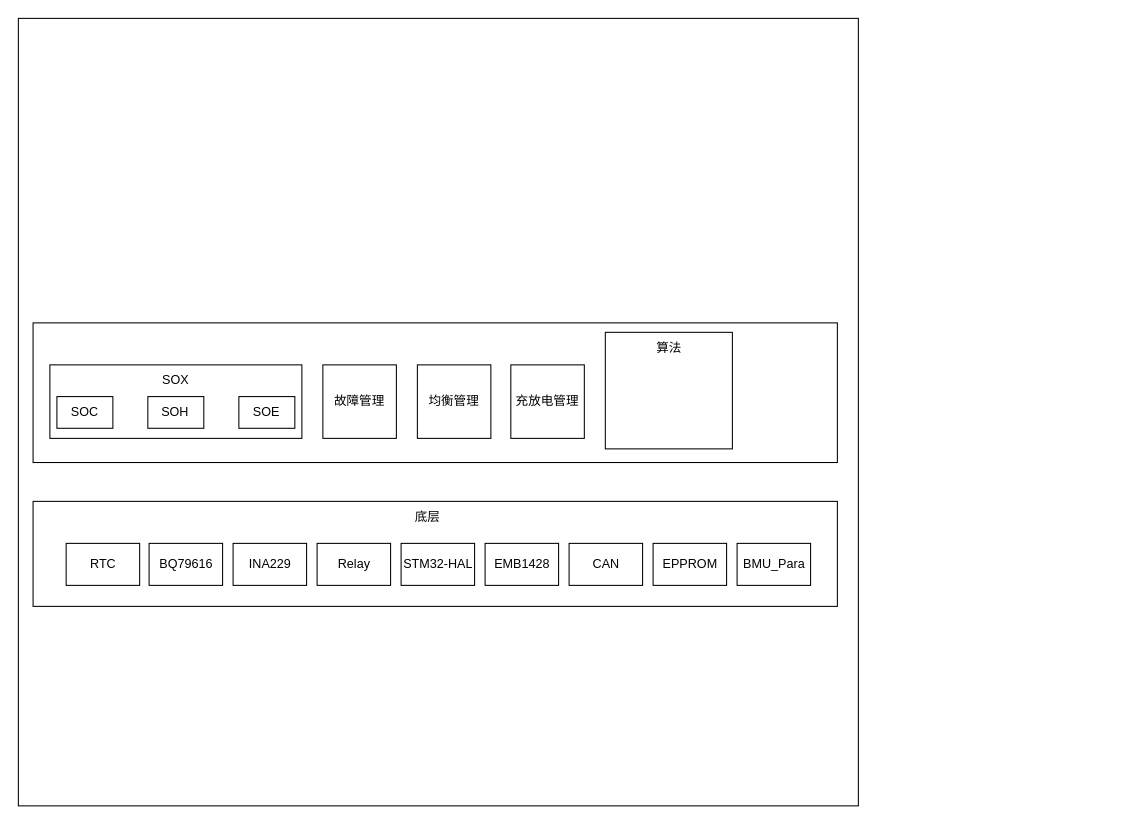
Earlier version of the draw.io diagram 第二版BMS软件架构.drawio (HatSir/QilinCtrl). Source tidied: cells renumbered, new cells numbered last; positions are measured from the earlier drawing's top-left corner, leaving out a move shared by most shapes. Both pictures are drawn from the tidied source at 105%, with x=0, y=0 at pixel (18, 18).
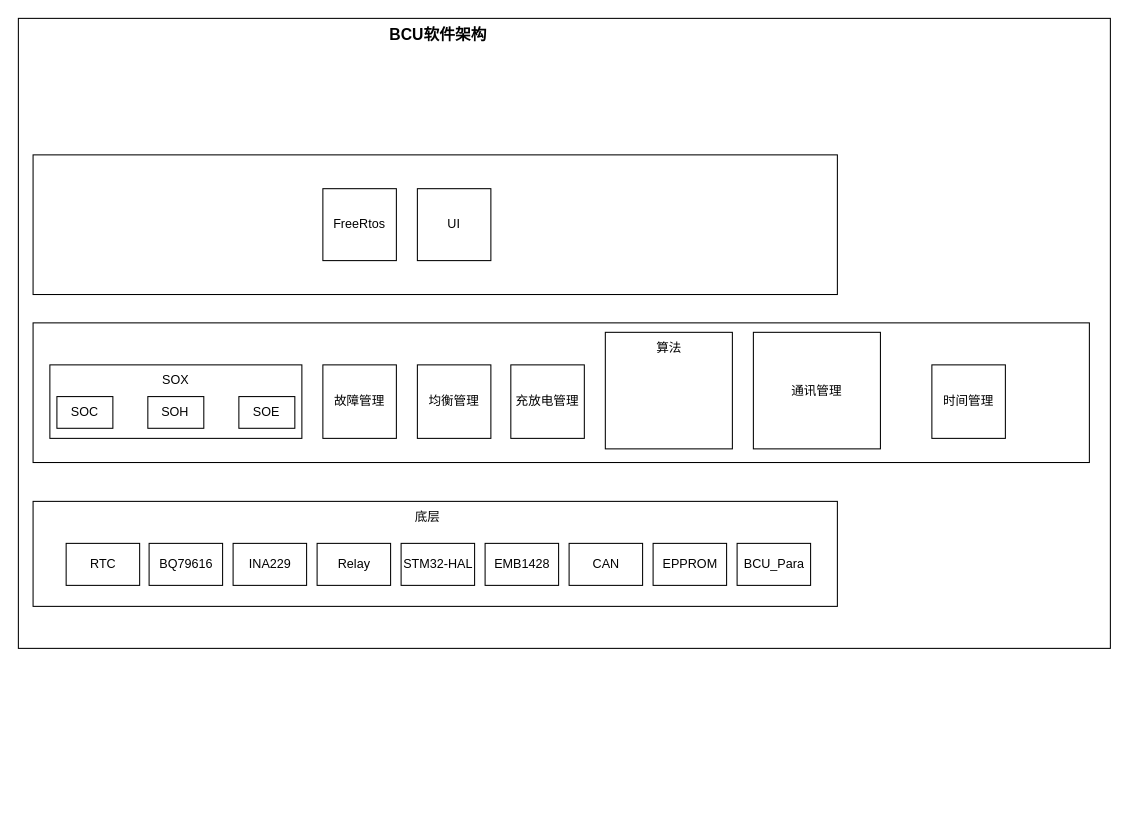
The same page after the edit.

Commit message (it also covers changes not shown here):
更新第二版BMS软件架构.drawio

Diff of the diagram source:
```diff
@@
     <mxCell id="2" style="rounded=0;whiteSpace=wrap;html=1;" parent="1" vertex="1">
-      <mxGeometry width="800" height="750" as="geometry" />
+      <mxGeometry width="1040" height="600" as="geometry" />
     </mxCell>
     <mxCell id="3" style="rounded=0;whiteSpace=wrap;html=1;" parent="1" vertex="1">
-      <mxGeometry x="14" y="290" width="766" height="133" as="geometry" />
+      <mxGeometry x="14" y="290" width="1006" height="133" as="geometry" />
     </mxCell>
@@
-    <mxCell id="19" value="BMU_Para" style="rounded=0;whiteSpace=wrap;html=1;" parent="1" vertex="1">
+    <mxCell id="19" value="BCU_Para" style="rounded=0;whiteSpace=wrap;html=1;" parent="1" vertex="1">
       <mxGeometry x="684.5" y="500" width="70" height="40" as="geometry" />
     </mxCell>
@@
+    <mxCell id="26" value="时间管理" style="rounded=0;whiteSpace=wrap;html=1;" parent="1" vertex="1">
+      <mxGeometry x="870" y="330" width="70" height="70" as="geometry" />
+    </mxCell>
+    <mxCell id="27" style="rounded=0;whiteSpace=wrap;html=1;" parent="1" vertex="1">
+      <mxGeometry x="14" y="130" width="766" height="133" as="geometry" />
+    </mxCell>
+    <mxCell id="28" value="FreeRtos" style="rounded=0;whiteSpace=wrap;html=1;" parent="1" vertex="1">
+      <mxGeometry x="290" y="162.2" width="70" height="68.5" as="geometry" />
+    </mxCell>
+    <mxCell id="29" value="UI" style="rounded=0;whiteSpace=wrap;html=1;" parent="1" vertex="1">
+      <mxGeometry x="380" y="162.2" width="70" height="68.5" as="geometry" />
+    </mxCell>
+    <mxCell id="30" value="BCU软件架构" style="text;html=1;align=center;verticalAlign=middle;whiteSpace=wrap;rounded=0;fontSize=15;fontStyle=1;" parent="1" vertex="1">
+      <mxGeometry x="340" width="120" height="30" as="geometry" />
+    </mxCell>
+    <mxCell id="31" value="通讯管理" style="rounded=0;whiteSpace=wrap;html=1;" parent="1" vertex="1">
+      <mxGeometry x="700" y="299" width="121" height="111" as="geometry" />
+    </mxCell>
```
